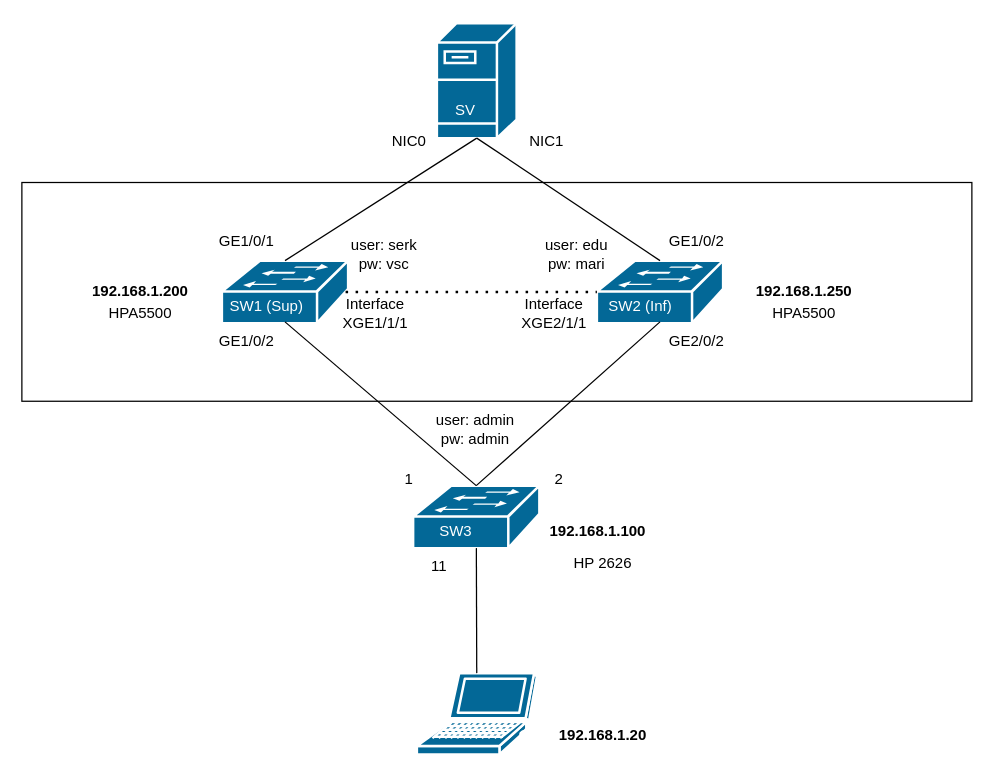
Earlier version of the draw.io diagram Topology.drawio (serkVSC/VDRES_Configuracoes). Source tidied: cells renumbered, new cells numbered last; positions are measured from the earlier drawing's top-left corner, leaving out a move shared by most shapes. Both pictures are drawn from the tidied source at 125%, with x=0, y=0 at pixel (21, 22).
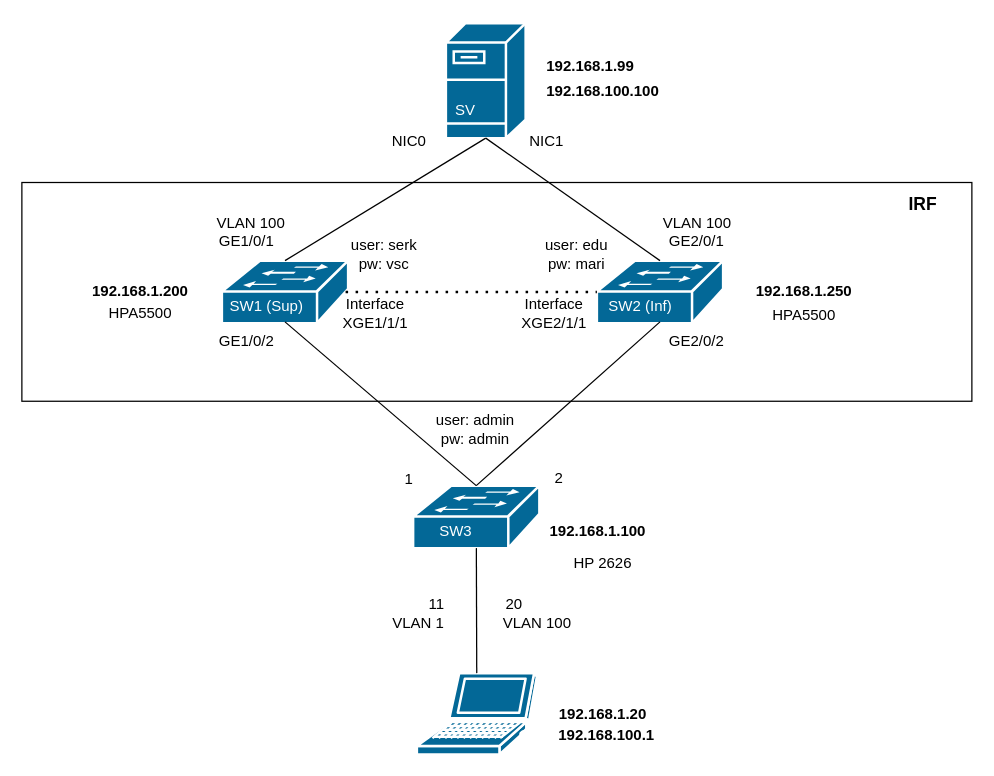
The same diagram, later.

The edit, as a diff of the source:
```diff
@@
     <mxCell id="6" style="shape=mxgraph.cisco.servers.fileserver;sketch=0;html=1;dashed=0;fillColor=#036897;strokeColor=#ffffff;strokeWidth=2;verticalLabelPosition=bottom;verticalAlign=top;align=center;outlineConnect=0;" parent="1" vertex="1">
-      <mxGeometry x="332" width="63.8" height="92" as="geometry" />
+      <mxGeometry x="339.2" width="63.8" height="92" as="geometry" />
     </mxCell>
@@
-    <mxCell id="17" value="GE1/0/2" style="text;html=1;strokeColor=none;fillColor=none;align=center;verticalAlign=middle;whiteSpace=wrap;rounded=0;" parent="1" vertex="1">
+    <mxCell id="17" value="GE2/0/1" style="text;html=1;strokeColor=none;fillColor=none;align=center;verticalAlign=middle;whiteSpace=wrap;rounded=0;" parent="1" vertex="1">
       <mxGeometry x="510" y="160" width="60" height="30" as="geometry" />
     </mxCell>
@@
     <mxCell id="21" value="2" style="text;html=1;strokeColor=none;fillColor=none;align=center;verticalAlign=middle;whiteSpace=wrap;rounded=0;" parent="1" vertex="1">
-      <mxGeometry x="400" y="350" width="60" height="30" as="geometry" />
+      <mxGeometry x="400" y="349" width="60" height="30" as="geometry" />
     </mxCell>
     <mxCell id="22" value="11" style="text;html=1;strokeColor=none;fillColor=none;align=center;verticalAlign=middle;whiteSpace=wrap;rounded=0;" parent="1" vertex="1">
-      <mxGeometry x="304" y="420" width="60" height="30" as="geometry" />
+      <mxGeometry x="302" y="450" width="60" height="30" as="geometry" />
     </mxCell>
@@
     <mxCell id="28" value="&lt;font color=&quot;#000000&quot;&gt;HPA5500&lt;/font&gt;" style="text;html=1;strokeColor=none;fillColor=none;align=center;verticalAlign=middle;whiteSpace=wrap;rounded=0;fontColor=#FFFFFF;" parent="1" vertex="1">
-      <mxGeometry x="596" y="217" width="60" height="30" as="geometry" />
+      <mxGeometry x="596" y="220" width="60" height="27" as="geometry" />
     </mxCell>
@@
     <mxCell id="33" value="&lt;b&gt;192.168.1.20&lt;br&gt;&lt;/b&gt;" style="text;html=1;strokeColor=none;fillColor=none;align=center;verticalAlign=middle;whiteSpace=wrap;rounded=0;" parent="1" vertex="1">
-      <mxGeometry x="400" y="555" width="130" height="30" as="geometry" />
+      <mxGeometry x="400" y="535" width="130" height="35" as="geometry" />
     </mxCell>
@@
+    <mxCell id="40" value="VLAN 100" style="text;html=1;strokeColor=none;fillColor=none;align=center;verticalAlign=middle;whiteSpace=wrap;rounded=0;" parent="1" vertex="1">
+      <mxGeometry x="365" y="470" width="95" height="20" as="geometry" />
+    </mxCell>
+    <mxCell id="41" value="20" style="text;html=1;strokeColor=none;fillColor=none;align=center;verticalAlign=middle;whiteSpace=wrap;rounded=0;" parent="1" vertex="1">
+      <mxGeometry x="364" y="450" width="60" height="30" as="geometry" />
+    </mxCell>
+    <mxCell id="42" value="VLAN 1" style="text;html=1;strokeColor=none;fillColor=none;align=center;verticalAlign=middle;whiteSpace=wrap;rounded=0;" parent="1" vertex="1">
+      <mxGeometry x="270" y="470" width="95" height="20" as="geometry" />
+    </mxCell>
+    <mxCell id="43" value="VLAN 100" style="text;html=1;strokeColor=none;fillColor=none;align=center;verticalAlign=middle;whiteSpace=wrap;rounded=0;" parent="1" vertex="1">
+      <mxGeometry x="136" y="150" width="95" height="20" as="geometry" />
+    </mxCell>
+    <mxCell id="44" value="VLAN 100" style="text;html=1;strokeColor=none;fillColor=none;align=center;verticalAlign=middle;whiteSpace=wrap;rounded=0;" parent="1" vertex="1">
+      <mxGeometry x="492.5" y="150" width="95" height="20" as="geometry" />
+    </mxCell>
+    <mxCell id="45" value="&lt;b&gt;192.168.1.99&lt;br&gt;&lt;/b&gt;" style="text;html=1;strokeColor=none;fillColor=none;align=center;verticalAlign=middle;whiteSpace=wrap;rounded=0;" parent="1" vertex="1">
+      <mxGeometry x="390" y="20" width="130" height="30" as="geometry" />
+    </mxCell>
+    <mxCell id="46" value="&lt;b&gt;192.168.100.100&lt;br&gt;&lt;/b&gt;" style="text;html=1;strokeColor=none;fillColor=none;align=center;verticalAlign=middle;whiteSpace=wrap;rounded=0;" parent="1" vertex="1">
+      <mxGeometry x="400" y="40" width="130" height="30" as="geometry" />
+    </mxCell>
+    <mxCell id="47" value="&lt;b&gt;192.168.100.1&lt;br&gt;&lt;/b&gt;" style="text;html=1;strokeColor=none;fillColor=none;align=center;verticalAlign=middle;whiteSpace=wrap;rounded=0;" parent="1" vertex="1">
+      <mxGeometry x="403" y="555" width="130" height="30" as="geometry" />
+    </mxCell>
+    <mxCell id="48" value="&lt;b&gt;&lt;font style=&quot;font-size: 14px&quot;&gt;IRF&lt;/font&gt;&lt;/b&gt;" style="text;html=1;strokeColor=none;fillColor=none;align=center;verticalAlign=middle;whiteSpace=wrap;rounded=0;" parent="1" vertex="1">
+      <mxGeometry x="691" y="130" width="60" height="30" as="geometry" />
+    </mxCell>
```
